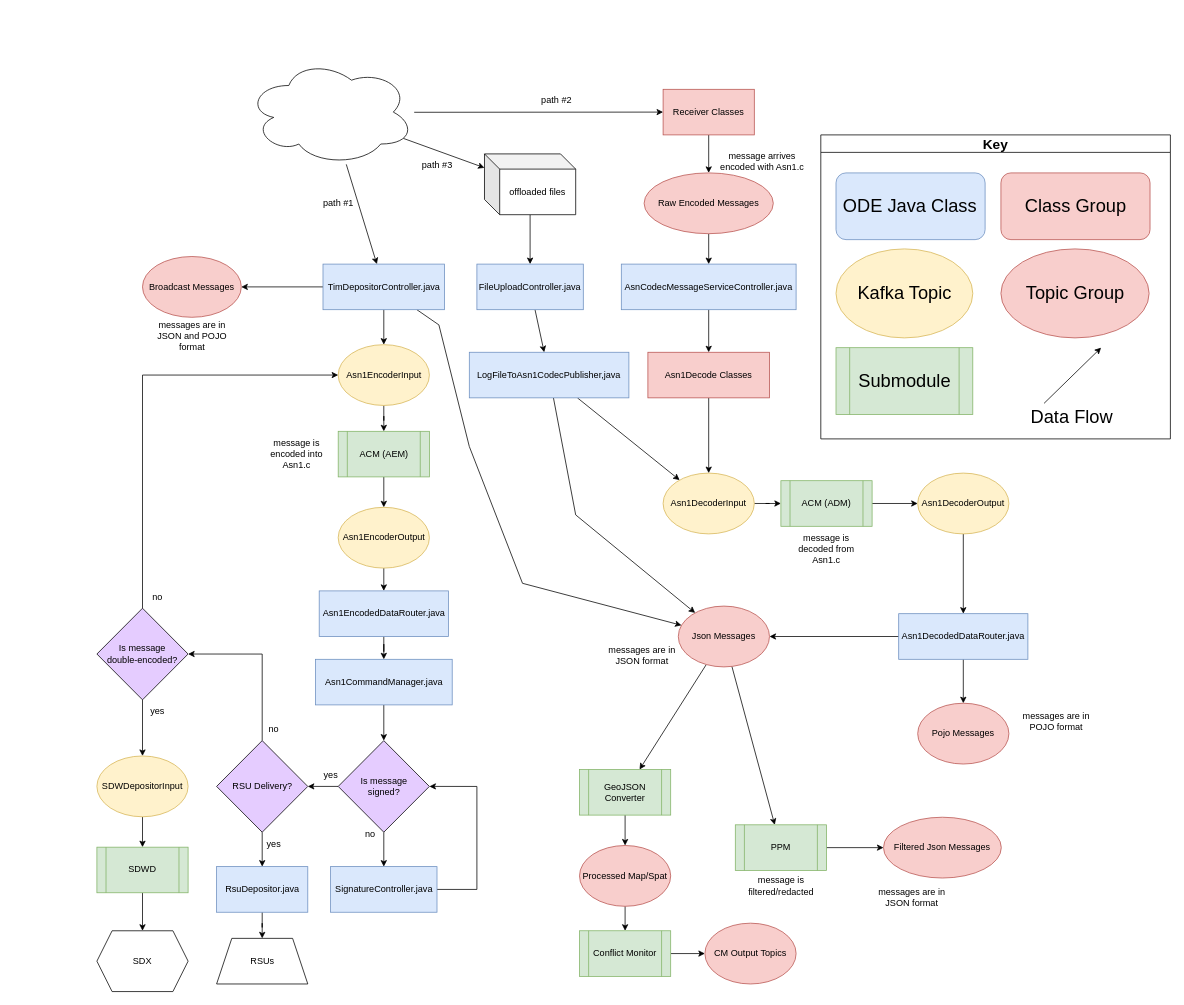
Before: docs/data-flow-diagrams/ODE Data Flow Overview.drawio in usdot-jpo-ode/jpo-ode, a draw.io diagram. Source tidied: cells renumbered, new cells numbered last; positions are measured from the earlier drawing's top-left corner, leaving out a move shared by most shapes. Both pictures are drawn from the tidied source at 76%, with x=0, y=0 at pixel (97, 59).
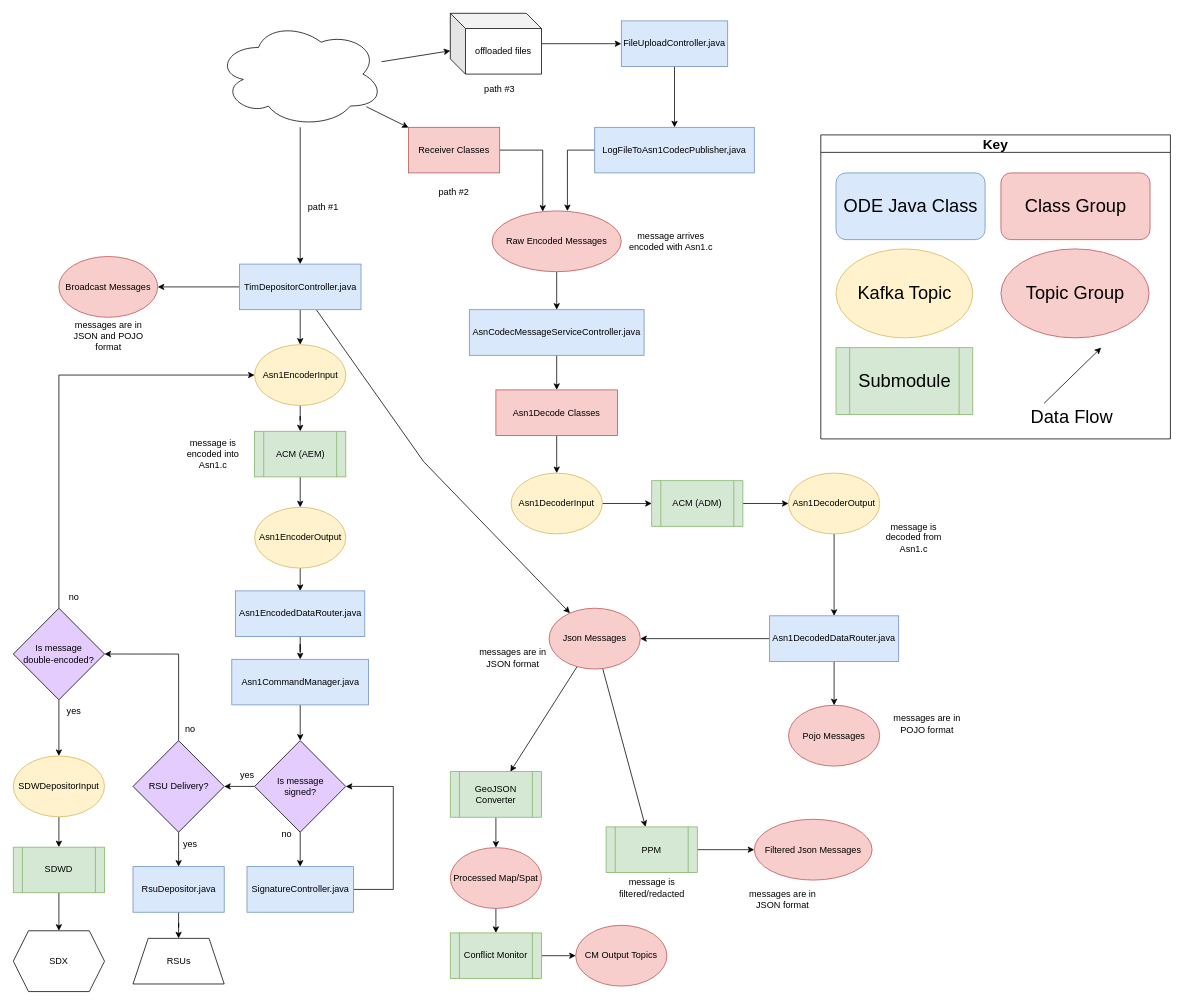
After the change.

What changed in the source:
```diff
@@
     <mxCell id="4" value="Asn1DecodedDataRouter.java" style="rounded=0;whiteSpace=wrap;html=1;fillColor=#dae8fc;strokeColor=#6c8ebf;" parent="1" vertex="1">
-      <mxGeometry x="1055" y="730" width="170" height="60" as="geometry" />
+      <mxGeometry x="885" y="732.8" width="170" height="60" as="geometry" />
     </mxCell>
@@
     <mxCell id="6" value="ACM (ADM)" style="shape=process;whiteSpace=wrap;html=1;backgroundOutline=1;fillColor=#d5e8d4;strokeColor=#82b366;" parent="1" vertex="1">
-      <mxGeometry x="900" y="555" width="120" height="60" as="geometry" />
+      <mxGeometry x="730" y="555" width="120" height="60" as="geometry" />
     </mxCell>
@@
     <mxCell id="8" value="AsnCodecMessageServiceController.java" style="rounded=0;whiteSpace=wrap;html=1;fillColor=#dae8fc;strokeColor=#6c8ebf;" parent="1" vertex="1">
-      <mxGeometry x="690" y="270" width="230" height="60" as="geometry" />
+      <mxGeometry x="490" y="330" width="230" height="60" as="geometry" />
     </mxCell>
@@
     <mxCell id="10" value="Asn1DecoderInput" style="ellipse;whiteSpace=wrap;html=1;fillColor=#fff2cc;strokeColor=#d6b656;" parent="1" vertex="1">
-      <mxGeometry x="745" y="545" width="120" height="80" as="geometry" />
+      <mxGeometry x="545" y="545" width="120" height="80" as="geometry" />
     </mxCell>
@@
     <mxCell id="12" value="Asn1DecoderOutput" style="ellipse;whiteSpace=wrap;html=1;fillColor=#fff2cc;strokeColor=#d6b656;" parent="1" vertex="1">
-      <mxGeometry x="1080" y="545" width="120" height="80" as="geometry" />
+      <mxGeometry x="910" y="545" width="120" height="80" as="geometry" />
     </mxCell>
@@
     <mxCell id="14" value="FileUploadController.java" style="rounded=0;whiteSpace=wrap;html=1;fillColor=#dae8fc;strokeColor=#6c8ebf;" parent="1" vertex="1">
-      <mxGeometry x="500" y="270" width="140" height="60" as="geometry" />
+      <mxGeometry x="690" y="-50" width="140" height="60" as="geometry" />
     </mxCell>
-    <mxCell id="15" style="edgeStyle=orthogonalEdgeStyle;rounded=0;jettySize=auto;html=1;entryX=0.5;entryY=0;entryDx=0;entryDy=0;" parent="1" edge="1" source="16" target="18">
+    <mxCell id="15" style="edgeStyle=orthogonalEdgeStyle;rounded=0;jettySize=auto;html=1;exitX=1;exitY=0.5;exitDx=0;exitDy=0;entryX=0.392;entryY=0.012;entryDx=0;entryDy=0;entryPerimeter=0;" parent="1" edge="1" source="16" target="18">
       <mxGeometry relative="1" as="geometry" />
     </mxCell>
     <mxCell id="16" value="Receiver Classes" style="rounded=0;whiteSpace=wrap;html=1;fillColor=#f8cecc;strokeColor=#b85450;" parent="1" vertex="1">
-      <mxGeometry x="745" y="40" width="120" height="60" as="geometry" />
+      <mxGeometry x="410" y="90" width="120" height="60" as="geometry" />
     </mxCell>
-    <mxCell id="17" style="edgeStyle=orthogonalEdgeStyle;rounded=0;jettySize=auto;html=1;" parent="1" edge="1" source="18" target="8">
+    <mxCell id="17" style="edgeStyle=orthogonalEdgeStyle;rounded=0;jettySize=auto;html=1;exitX=0.5;exitY=1;exitDx=0;exitDy=0;entryX=0.5;entryY=0;entryDx=0;entryDy=0;" parent="1" edge="1" source="18" target="8">
       <mxGeometry relative="1" as="geometry" />
     </mxCell>
     <mxCell id="18" value="Raw Encoded Messages" style="ellipse;whiteSpace=wrap;html=1;fillColor=#f8cecc;strokeColor=#b85450;" parent="1" vertex="1">
-      <mxGeometry x="720" y="150" width="170" height="80" as="geometry" />
+      <mxGeometry x="520" y="200" width="170" height="80" as="geometry" />
     </mxCell>
@@
     <mxCell id="20" value="Asn1Decode Classes" style="rounded=0;whiteSpace=wrap;html=1;fillColor=#f8cecc;strokeColor=#b85450;" parent="1" vertex="1">
-      <mxGeometry x="725" y="386" width="160" height="60" as="geometry" />
+      <mxGeometry x="525" y="435.5" width="160" height="60" as="geometry" />
     </mxCell>
     <mxCell id="21" value="Pojo Messages" style="ellipse;whiteSpace=wrap;html=1;fillColor=#f8cecc;strokeColor=#b85450;" parent="1" vertex="1">
-      <mxGeometry x="1080" y="847.8" width="120" height="80" as="geometry" />
+      <mxGeometry x="910" y="850.5" width="120" height="80" as="geometry" />
     </mxCell>
@@
     <mxCell id="24" value="Json Messages" style="ellipse;whiteSpace=wrap;html=1;fillColor=#f8cecc;strokeColor=#b85450;" parent="1" vertex="1">
-      <mxGeometry x="765" y="720" width="120" height="80" as="geometry" />
+      <mxGeometry x="595" y="722.8" width="120" height="80" as="geometry" />
     </mxCell>
@@
     <mxCell id="27" style="rounded=0;jettySize=auto;html=1;" parent="1" edge="1" source="28" target="24">
       <mxGeometry relative="1" as="geometry">
         <Array as="points">
-          <mxPoint x="450" y="350" />
-          <mxPoint x="490" y="510" />
-          <mxPoint x="560" y="690" />
+          <mxPoint x="430" y="530" />
         </Array>
       </mxGeometry>
     </mxCell>
     <mxCell id="28" value="TimDepositorController.java" style="rounded=0;whiteSpace=wrap;html=1;fillColor=#dae8fc;strokeColor=#6c8ebf;" parent="1" vertex="1">
-      <mxGeometry x="297.5" y="270" width="160" height="60" as="geometry" />
+      <mxGeometry x="187.5" y="270" width="160" height="60" as="geometry" />
     </mxCell>
@@
     <mxCell id="30" value="PPM" style="shape=process;whiteSpace=wrap;html=1;backgroundOutline=1;fillColor=#d5e8d4;strokeColor=#82b366;" parent="1" vertex="1">
-      <mxGeometry x="840" y="1007.8" width="120" height="60" as="geometry" />
+      <mxGeometry x="670" y="1010.5" width="120" height="60" as="geometry" />
     </mxCell>
     <mxCell id="31" value="Filtered Json Messages" style="ellipse;whiteSpace=wrap;html=1;fillColor=#f8cecc;strokeColor=#b85450;" parent="1" vertex="1">
-      <mxGeometry x="1035" y="997.8" width="155" height="80" as="geometry" />
+      <mxGeometry x="865" y="1000.5" width="155" height="80" as="geometry" />
     </mxCell>
@@
     <mxCell id="33" value="Asn1CommandManager.java" style="rounded=0;whiteSpace=wrap;html=1;fillColor=#dae8fc;strokeColor=#6c8ebf;" parent="1" vertex="1">
-      <mxGeometry x="287.5" y="790" width="180" height="60" as="geometry" />
+      <mxGeometry x="177.5" y="790" width="180" height="60" as="geometry" />
     </mxCell>
@@
     <mxCell id="35" value="SDWDepositorInput" style="ellipse;whiteSpace=wrap;html=1;fillColor=#fff2cc;strokeColor=#d6b656;" parent="1" vertex="1">
-      <mxGeometry y="917.2" width="120" height="80" as="geometry" />
+      <mxGeometry x="-110" y="917.2" width="120" height="80" as="geometry" />
     </mxCell>
@@
     <mxCell id="37" value="Asn1EncodedDataRouter.java" style="rounded=0;whiteSpace=wrap;html=1;fillColor=#dae8fc;strokeColor=#6c8ebf;" parent="1" vertex="1">
-      <mxGeometry x="292.5" y="700" width="170" height="60" as="geometry" />
+      <mxGeometry x="182.5" y="700" width="170" height="60" as="geometry" />
     </mxCell>
@@
     <mxCell id="39" value="Asn1EncoderInput" style="ellipse;whiteSpace=wrap;html=1;fillColor=#fff2cc;strokeColor=#d6b656;" parent="1" vertex="1">
-      <mxGeometry x="317.5" y="376" width="120" height="80" as="geometry" />
+      <mxGeometry x="207.5" y="376" width="120" height="80" as="geometry" />
     </mxCell>
@@
     <mxCell id="41" value="ACM (AEM)" style="shape=process;whiteSpace=wrap;html=1;backgroundOutline=1;fillColor=#d5e8d4;strokeColor=#82b366;" parent="1" vertex="1">
-      <mxGeometry x="317.5" y="490" width="120" height="60" as="geometry" />
+      <mxGeometry x="207.5" y="490" width="120" height="60" as="geometry" />
     </mxCell>
@@
     <mxCell id="43" value="Asn1EncoderOutput" style="ellipse;whiteSpace=wrap;html=1;fillColor=#fff2cc;strokeColor=#d6b656;" parent="1" vertex="1">
-      <mxGeometry x="317.5" y="590" width="120" height="80" as="geometry" />
+      <mxGeometry x="207.5" y="590" width="120" height="80" as="geometry" />
     </mxCell>
@@
     <mxCell id="45" value="SDWD" style="shape=process;whiteSpace=wrap;html=1;backgroundOutline=1;fillColor=#d5e8d4;strokeColor=#82b366;" parent="1" vertex="1">
-      <mxGeometry y="1037.2" width="120" height="60" as="geometry" />
+      <mxGeometry x="-110" y="1037.2" width="120" height="60" as="geometry" />
     </mxCell>
     <mxCell id="46" value="Broadcast Messages" style="ellipse;whiteSpace=wrap;html=1;fillColor=#f8cecc;strokeColor=#b85450;" parent="1" vertex="1">
-      <mxGeometry x="60" y="260" width="130" height="80" as="geometry" />
+      <mxGeometry x="-50" y="260" width="130" height="80" as="geometry" />
     </mxCell>
     <mxCell id="47" value="message arrives &lt;br&gt;encoded with Asn1.c" style="text;html=1;align=center;verticalAlign=middle;strokeColor=none;fillColor=none;" parent="1" vertex="1">
-      <mxGeometry x="810" y="120" width="130" height="30" as="geometry" />
+      <mxGeometry x="690" y="225" width="130" height="30" as="geometry" />
     </mxCell>
     <mxCell id="48" value="message is decoded from Asn1.c" style="text;html=1;strokeColor=none;fillColor=none;align=center;verticalAlign=middle;whiteSpace=wrap;rounded=0;" parent="1" vertex="1">
-      <mxGeometry x="905" y="620" width="110" height="50" as="geometry" />
+      <mxGeometry x="1020" y="605" width="110" height="50" as="geometry" />
     </mxCell>
     <mxCell id="49" value="message is filtered/redacted" style="text;html=1;strokeColor=none;fillColor=none;align=center;verticalAlign=middle;whiteSpace=wrap;rounded=0;" parent="1" vertex="1">
-      <mxGeometry x="847.5" y="1062.8" width="105" height="50" as="geometry" />
+      <mxGeometry x="677.5" y="1065.5" width="105" height="50" as="geometry" />
     </mxCell>
     <mxCell id="50" value="message is encoded into Asn1.c" style="text;html=1;strokeColor=none;fillColor=none;align=center;verticalAlign=middle;whiteSpace=wrap;rounded=0;" parent="1" vertex="1">
-      <mxGeometry x="207.5" y="495" width="110" height="50" as="geometry" />
+      <mxGeometry x="97.5" y="495" width="110" height="50" as="geometry" />
     </mxCell>
     <mxCell id="51" value="messages are in POJO format" style="text;html=1;strokeColor=none;fillColor=none;align=center;verticalAlign=middle;whiteSpace=wrap;rounded=0;" parent="1" vertex="1">
-      <mxGeometry x="1210" y="847" width="105" height="50" as="geometry" />
+      <mxGeometry x="1040" y="849.8" width="105" height="50" as="geometry" />
     </mxCell>
     <mxCell id="52" value="messages are in JSON format" style="text;html=1;strokeColor=none;fillColor=none;align=center;verticalAlign=middle;whiteSpace=wrap;rounded=0;" parent="1" vertex="1">
-      <mxGeometry x="665" y="760" width="105" height="50" as="geometry" />
+      <mxGeometry x="495" y="762.8" width="105" height="50" as="geometry" />
     </mxCell>
     <mxCell id="53" value="messages are in JSON format" style="text;html=1;strokeColor=none;fillColor=none;align=center;verticalAlign=middle;whiteSpace=wrap;rounded=0;" parent="1" vertex="1">
-      <mxGeometry x="1020" y="1077.8" width="105" height="50" as="geometry" />
+      <mxGeometry x="850" y="1080.5" width="105" height="50" as="geometry" />
     </mxCell>
     <mxCell id="54" value="messages are in JSON and POJO format" style="text;html=1;strokeColor=none;fillColor=none;align=center;verticalAlign=middle;whiteSpace=wrap;rounded=0;" parent="1" vertex="1">
-      <mxGeometry x="72.5" y="340" width="105" height="50" as="geometry" />
+      <mxGeometry x="-37.5" y="340" width="105" height="50" as="geometry" />
     </mxCell>
     <mxCell id="55" value="RSUs" style="shape=trapezoid;perimeter=trapezoidPerimeter;whiteSpace=wrap;html=1;fixedSize=1;" parent="1" vertex="1">
-      <mxGeometry x="157.5" y="1157.2" width="120" height="60" as="geometry" />
+      <mxGeometry x="47.5" y="1157.2" width="120" height="60" as="geometry" />
     </mxCell>
@@
     <mxCell id="65" value="SDX" style="shape=hexagon;perimeter=hexagonPerimeter2;whiteSpace=wrap;html=1;fixedSize=1;" parent="1" vertex="1">
-      <mxGeometry y="1147.2" width="120" height="80" as="geometry" />
+      <mxGeometry x="-110" y="1147.2" width="120" height="80" as="geometry" />
     </mxCell>
@@
     <mxCell id="67" value="RsuDepositor.java" style="rounded=0;whiteSpace=wrap;html=1;fillColor=#dae8fc;strokeColor=#6c8ebf;" parent="1" vertex="1">
-      <mxGeometry x="157.5" y="1062.8" width="120" height="60" as="geometry" />
+      <mxGeometry x="47.5" y="1062.8" width="120" height="60" as="geometry" />
     </mxCell>
@@
     <mxCell id="69" value="offloaded files" style="shape=cube;whiteSpace=wrap;html=1;boundedLbl=1;backgroundOutline=1;darkOpacity=0.05;darkOpacity2=0.1;" parent="1" vertex="1">
-      <mxGeometry x="510" y="125" width="120" height="80" as="geometry" />
+      <mxGeometry x="465" y="-60" width="120" height="80" as="geometry" />
     </mxCell>
@@
     <mxCell id="72" value="Is message&lt;br&gt;double-encoded?" style="rhombus;whiteSpace=wrap;html=1;fillColor=#E5CCFF;" parent="1" vertex="1">
-      <mxGeometry y="722.8" width="120" height="120.5" as="geometry" />
+      <mxGeometry x="-110" y="722.8" width="120" height="120.5" as="geometry" />
     </mxCell>
@@
     <mxCell id="75" value="RSU Delivery?" style="rhombus;whiteSpace=wrap;html=1;fillColor=#E5CCFF;" parent="1" vertex="1">
-      <mxGeometry x="157.5" y="897" width="120" height="120.5" as="geometry" />
+      <mxGeometry x="47.5" y="897" width="120" height="120.5" as="geometry" />
     </mxCell>
     <mxCell id="76" value="yes" style="text;html=1;strokeColor=none;fillColor=none;align=center;verticalAlign=middle;whiteSpace=wrap;rounded=0;" parent="1" vertex="1">
-      <mxGeometry x="202.5" y="1017.5" width="60" height="30" as="geometry" />
+      <mxGeometry x="92.5" y="1017.5" width="60" height="30" as="geometry" />
     </mxCell>
     <mxCell id="77" value="no" style="text;html=1;strokeColor=none;fillColor=none;align=center;verticalAlign=middle;whiteSpace=wrap;rounded=0;" parent="1" vertex="1">
-      <mxGeometry x="202.5" y="867" width="60" height="30" as="geometry" />
+      <mxGeometry x="92.5" y="867" width="60" height="30" as="geometry" />
     </mxCell>
     <mxCell id="78" value="yes" style="text;html=1;strokeColor=none;fillColor=none;align=center;verticalAlign=middle;whiteSpace=wrap;rounded=0;" parent="1" vertex="1">
-      <mxGeometry x="50" y="843.2" width="60" height="30" as="geometry" />
+      <mxGeometry x="-60" y="843.2" width="60" height="30" as="geometry" />
     </mxCell>
     <mxCell id="79" value="no" style="text;html=1;strokeColor=none;fillColor=none;align=center;verticalAlign=middle;whiteSpace=wrap;rounded=0;" parent="1" vertex="1">
-      <mxGeometry x="50" y="692.8" width="60" height="30" as="geometry" />
+      <mxGeometry x="-60" y="692.8" width="60" height="30" as="geometry" />
     </mxCell>
@@
     <mxCell id="82" value="Is message&lt;br&gt;signed?" style="rhombus;whiteSpace=wrap;html=1;fillColor=#E5CCFF;" parent="1" vertex="1">
-      <mxGeometry x="317.5" y="897" width="120" height="120.5" as="geometry" />
+      <mxGeometry x="207.5" y="897" width="120" height="120.5" as="geometry" />
     </mxCell>
     <mxCell id="83" value="yes" style="text;html=1;strokeColor=none;fillColor=none;align=center;verticalAlign=middle;whiteSpace=wrap;rounded=0;" parent="1" vertex="1">
-      <mxGeometry x="277.5" y="927.8" width="60" height="30" as="geometry" />
+      <mxGeometry x="167.5" y="927.8" width="60" height="30" as="geometry" />
     </mxCell>
     <mxCell id="84" value="no" style="text;html=1;strokeColor=none;fillColor=none;align=center;verticalAlign=middle;whiteSpace=wrap;rounded=0;" parent="1" vertex="1">
-      <mxGeometry x="330" y="1005" width="60" height="30" as="geometry" />
+      <mxGeometry x="220" y="1005" width="60" height="30" as="geometry" />
     </mxCell>
     <mxCell id="85" style="edgeStyle=orthogonalEdgeStyle;rounded=0;jettySize=auto;html=1;entryX=1;entryY=0.5;entryDx=0;entryDy=0;exitX=1;exitY=0.5;exitDx=0;exitDy=0;" parent="1" edge="1" source="86" target="82">
       <mxGeometry relative="1" as="geometry">
         <Array as="points">
-          <mxPoint x="500" y="1093" />
-          <mxPoint x="500" y="957" />
+          <mxPoint x="390" y="1093" />
+          <mxPoint x="390" y="957" />
         </Array>
       </mxGeometry>
     </mxCell>
     <mxCell id="86" value="SignatureController.java" style="rounded=0;whiteSpace=wrap;html=1;fillColor=#dae8fc;strokeColor=#6c8ebf;" parent="1" vertex="1">
-      <mxGeometry x="307.5" y="1062.8" width="140" height="60" as="geometry" />
+      <mxGeometry x="197.5" y="1062.8" width="140" height="60" as="geometry" />
     </mxCell>
@@
     <mxCell id="88" value="GeoJSON Converter" style="shape=process;whiteSpace=wrap;html=1;backgroundOutline=1;fillColor=#d5e8d4;strokeColor=#82b366;" parent="1" vertex="1">
-      <mxGeometry x="635" y="935" width="120" height="60" as="geometry" />
+      <mxGeometry x="465" y="937.8" width="120" height="60" as="geometry" />
     </mxCell>
@@
     <mxCell id="90" value="Processed Map/Spat" style="ellipse;whiteSpace=wrap;html=1;fillColor=#f8cecc;strokeColor=#b85450;" parent="1" vertex="1">
-      <mxGeometry x="635" y="1035" width="120" height="80" as="geometry" />
+      <mxGeometry x="465" y="1037.8" width="120" height="80" as="geometry" />
     </mxCell>
@@
     <mxCell id="92" value="Conflict Monitor" style="shape=process;whiteSpace=wrap;html=1;backgroundOutline=1;fillColor=#d5e8d4;strokeColor=#82b366;" parent="1" vertex="1">
-      <mxGeometry x="635" y="1147.2" width="120" height="60" as="geometry" />
+      <mxGeometry x="465" y="1150" width="120" height="60" as="geometry" />
     </mxCell>
     <mxCell id="93" value="CM Output Topics" style="ellipse;whiteSpace=wrap;html=1;fillColor=#f8cecc;strokeColor=#b85450;" parent="1" vertex="1">
-      <mxGeometry x="800" y="1137.2" width="120" height="80" as="geometry" />
+      <mxGeometry x="630" y="1140" width="120" height="80" as="geometry" />
     </mxCell>
@@
     <mxCell id="97" style="ellipse;shape=cloud;whiteSpace=wrap;html=1;" parent="1" vertex="1">
-      <mxGeometry x="197.5" width="220" height="140" as="geometry" />
+      <mxGeometry x="157.5" y="-50" width="220" height="140" as="geometry" />
     </mxCell>
-    <mxCell id="98" style="edgeStyle=none;rounded=0;jettySize=auto;html=1;" parent="1" edge="1" source="100" target="10">
-      <mxGeometry relative="1" as="geometry" />
-    </mxCell>
-    <mxCell id="99" style="edgeStyle=none;rounded=0;jettySize=auto;html=1;" parent="1" edge="1" source="100" target="24">
-      <mxGeometry relative="1" as="geometry">
-        <Array as="points">
-          <mxPoint x="630" y="600" />
-        </Array>
-      </mxGeometry>
-    </mxCell>
+    <mxCell id="104" style="edgeStyle=orthogonalEdgeStyle;rounded=0;jettySize=auto;html=1;exitX=0;exitY=0.5;exitDx=0;exitDy=0;entryX=0.583;entryY=0.003;entryDx=0;entryDy=0;entryPerimeter=0;" parent="1" edge="1" source="100" target="18">
+      <mxGeometry relative="1" as="geometry" />
+    </mxCell>
     <mxCell id="100" value="LogFileToAsn1CodecPublisher,java" style="rounded=0;whiteSpace=wrap;html=1;fillColor=#dae8fc;strokeColor=#6c8ebf;" parent="1" vertex="1">
-      <mxGeometry x="490" y="386" width="210" height="60" as="geometry" />
+      <mxGeometry x="655" y="90" width="210" height="60" as="geometry" />
     </mxCell>
     <mxCell id="101" value="path #1" style="text;html=1;strokeColor=none;fillColor=none;align=center;verticalAlign=middle;whiteSpace=wrap;rounded=0;" parent="1" vertex="1">
-      <mxGeometry x="287.5" y="175" width="60" height="30" as="geometry" />
+      <mxGeometry x="267.5" y="180" width="60" height="30" as="geometry" />
     </mxCell>
     <mxCell id="102" value="path #2" style="text;html=1;strokeColor=none;fillColor=none;align=center;verticalAlign=middle;whiteSpace=wrap;rounded=0;" parent="1" vertex="1">
-      <mxGeometry x="575" y="40" width="60" height="30" as="geometry" />
+      <mxGeometry x="440" y="160" width="60" height="30" as="geometry" />
     </mxCell>
     <mxCell id="103" value="path #3" style="text;html=1;strokeColor=none;fillColor=none;align=center;verticalAlign=middle;whiteSpace=wrap;rounded=0;" parent="1" vertex="1">
-      <mxGeometry x="417.5" y="125" width="60" height="30" as="geometry" />
+      <mxGeometry x="500" y="25" width="60" height="30" as="geometry" />
     </mxCell>
```
